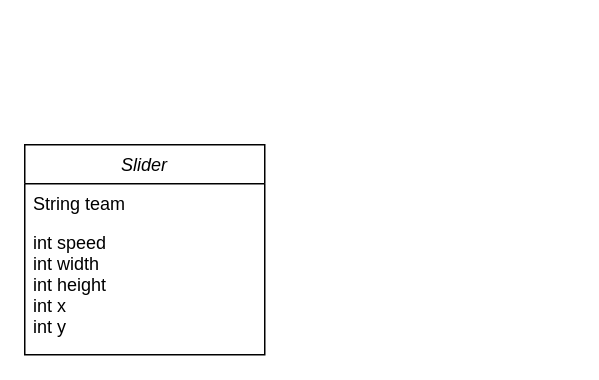
Before: project2/Untitled Diagram.drawio in banananabusiness/project, a draw.io diagram. Source tidied: cells renumbered, new cells numbered last; positions are measured from the earlier drawing's top-left corner, leaving out a move shared by most shapes. Both pictures are drawn from the tidied source at 150%, with x=0, y=0 at pixel (24, 144).
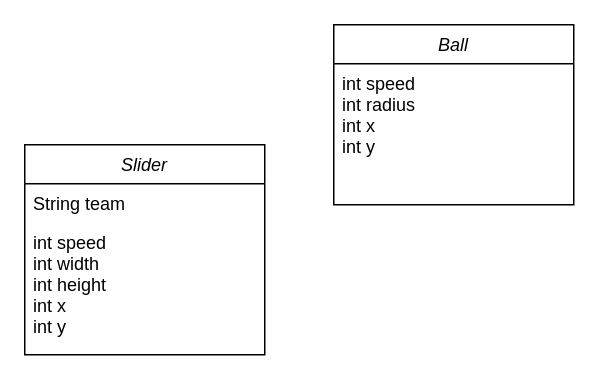
Above is the later version.

The edit, as a diff of the source:
```diff
@@
 <mxGraphModel>
   <root>
     <mxCell id="0" />
     <mxCell id="1" parent="0" />
     <mxCell id="2" value="Slider" style="swimlane;fontStyle=2;align=center;verticalAlign=top;horizontal=1;startSize=26;rounded=0;shadow=0;strokeWidth=1;" parent="1" vertex="1">
       <mxGeometry width="160" height="140" as="geometry" />
     </mxCell>
     <mxCell id="3" value="String team" style="text;align=left;verticalAlign=top;spacingLeft=4;spacingRight=4;overflow=hidden;" parent="2" vertex="1">
       <mxGeometry y="26" width="160" height="26" as="geometry" />
     </mxCell>
     <mxCell id="4" value="int speed&#10;int width&#10;int height&#10;int x&#10;int y" style="text;align=left;verticalAlign=top;spacingLeft=4;spacingRight=4;overflow=hidden;rounded=0;shadow=0;html=0;" parent="2" vertex="1">
       <mxGeometry y="52" width="160" height="88" as="geometry" />
     </mxCell>
+    <mxCell id="5" value="Ball" style="swimlane;fontStyle=2;align=center;verticalAlign=top;horizontal=1;startSize=26;rounded=0;shadow=0;strokeWidth=1;" parent="1" vertex="1">
+      <mxGeometry x="206" y="-80" width="160" height="120" as="geometry" />
+    </mxCell>
+    <mxCell id="6" value="int speed&#10;int radius&#10;int x&#10;int y" style="text;align=left;verticalAlign=top;spacingLeft=4;spacingRight=4;overflow=hidden;rounded=0;shadow=0;html=0;" parent="5" vertex="1">
+      <mxGeometry y="26" width="160" height="88" as="geometry" />
+    </mxCell>
   </root>
 </mxGraphModel>
```
